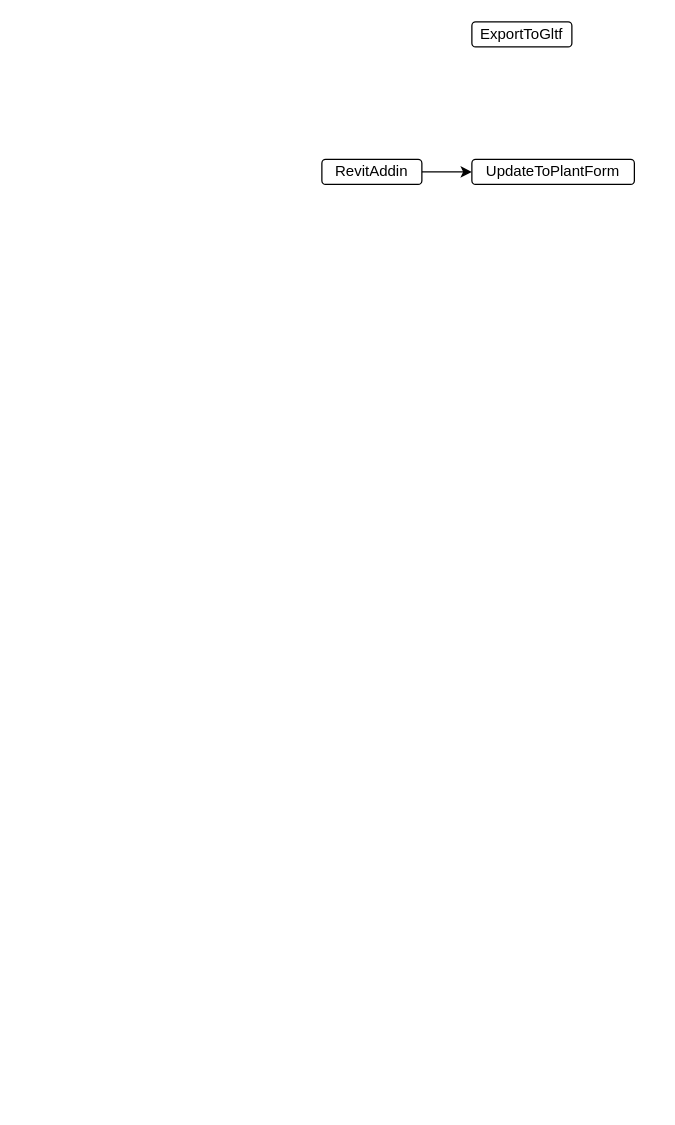
The draw.io diagram RevitAddin.drawio in gaochaowyq/MinderGraph, before the edit. Source tidied: cells renumbered, new cells numbered last; positions are measured from the earlier drawing's top-left corner, leaving out a move shared by most shapes. Both pictures are drawn from the tidied source at 125%, with x=0, y=0 at pixel (321, 21).
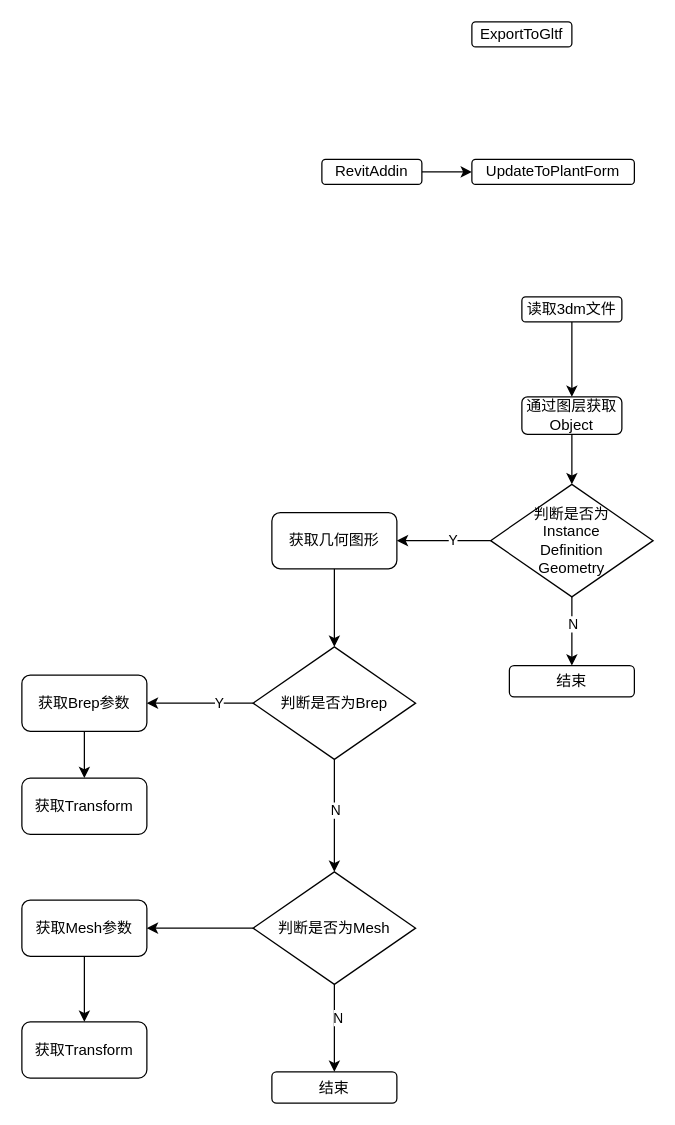
Above is the later version.

Diff of the diagram source:
```diff
@@
+    <mxCell id="6" style="edgeStyle=orthogonalEdgeStyle;rounded=0;jettySize=auto;html=1;" parent="1" edge="1" source="7" target="9">
+      <mxGeometry relative="1" as="geometry" />
+    </mxCell>
+    <mxCell id="7" value="读取3dm文件" style="rounded=1;whiteSpace=wrap;html=1;" parent="1" vertex="1">
+      <mxGeometry x="160" y="220" width="80" height="20" as="geometry" />
+    </mxCell>
+    <mxCell id="8" style="edgeStyle=orthogonalEdgeStyle;rounded=0;jettySize=auto;html=1;entryX=0.5;entryY=0;entryDx=0;entryDy=0;" parent="1" edge="1" source="9" target="14">
+      <mxGeometry relative="1" as="geometry" />
+    </mxCell>
+    <mxCell id="9" value="通过图层获取Object" style="rounded=1;whiteSpace=wrap;html=1;" parent="1" vertex="1">
+      <mxGeometry x="160" y="300" width="80" height="30" as="geometry" />
+    </mxCell>
+    <mxCell id="10" style="edgeStyle=orthogonalEdgeStyle;rounded=0;jettySize=auto;html=1;" parent="1" edge="1" source="14" target="16">
+      <mxGeometry relative="1" as="geometry" />
+    </mxCell>
+    <mxCell id="11" value="Y" style="edgeLabel;html=1;align=center;verticalAlign=middle;" parent="10" vertex="1">
+      <mxGeometry x="-0.17" y="-1" relative="1" as="geometry" />
+    </mxCell>
+    <mxCell id="12" style="edgeStyle=orthogonalEdgeStyle;rounded=0;jettySize=auto;html=1;entryX=0.5;entryY=0;entryDx=0;entryDy=0;" parent="1" edge="1" source="14" target="17">
+      <mxGeometry relative="1" as="geometry" />
+    </mxCell>
+    <mxCell id="13" value="N" style="edgeLabel;html=1;align=center;verticalAlign=middle;" parent="12" vertex="1">
+      <mxGeometry x="-0.22" relative="1" as="geometry" />
+    </mxCell>
+    <mxCell id="14" value="判断是否为&lt;br&gt;Instance&lt;br&gt;Definition&lt;br&gt;Geometry" style="rhombus;whiteSpace=wrap;html=1;" parent="1" vertex="1">
+      <mxGeometry x="135" y="370" width="130" height="90" as="geometry" />
+    </mxCell>
+    <mxCell id="15" style="edgeStyle=orthogonalEdgeStyle;rounded=0;jettySize=auto;html=1;" parent="1" edge="1" source="16" target="22">
+      <mxGeometry relative="1" as="geometry" />
+    </mxCell>
+    <mxCell id="16" value="获取几何图形" style="rounded=1;whiteSpace=wrap;html=1;" parent="1" vertex="1">
+      <mxGeometry x="-40" y="392.5" width="100" height="45" as="geometry" />
+    </mxCell>
+    <mxCell id="17" value="结束" style="rounded=1;whiteSpace=wrap;html=1;" parent="1" vertex="1">
+      <mxGeometry x="150" y="515" width="100" height="25" as="geometry" />
+    </mxCell>
+    <mxCell id="18" style="edgeStyle=orthogonalEdgeStyle;rounded=0;jettySize=auto;html=1;" parent="1" edge="1" source="22" target="24">
+      <mxGeometry relative="1" as="geometry" />
+    </mxCell>
+    <mxCell id="19" value="Y" style="edgeLabel;html=1;align=center;verticalAlign=middle;" parent="18" vertex="1">
+      <mxGeometry x="-0.34" y="-1" relative="1" as="geometry" />
+    </mxCell>
+    <mxCell id="20" style="edgeStyle=orthogonalEdgeStyle;rounded=0;jettySize=auto;html=1;" parent="1" edge="1" source="22" target="29">
+      <mxGeometry relative="1" as="geometry" />
+    </mxCell>
+    <mxCell id="21" value="N" style="edgeLabel;html=1;align=center;verticalAlign=middle;" parent="20" vertex="1">
+      <mxGeometry x="-0.7" y="-1" relative="1" as="geometry">
+        <mxPoint x="1" y="26" as="offset" />
+      </mxGeometry>
+    </mxCell>
+    <mxCell id="22" value="判断是否为Brep" style="rhombus;whiteSpace=wrap;html=1;" parent="1" vertex="1">
+      <mxGeometry x="-55" y="500" width="130" height="90" as="geometry" />
+    </mxCell>
+    <mxCell id="23" style="edgeStyle=orthogonalEdgeStyle;rounded=0;jettySize=auto;html=1;" parent="1" edge="1" source="24" target="25">
+      <mxGeometry relative="1" as="geometry" />
+    </mxCell>
+    <mxCell id="24" value="获取Brep参数" style="rounded=1;whiteSpace=wrap;html=1;" parent="1" vertex="1">
+      <mxGeometry x="-240" y="522.5" width="100" height="45" as="geometry" />
+    </mxCell>
+    <mxCell id="25" value="获取Transform" style="rounded=1;whiteSpace=wrap;html=1;" parent="1" vertex="1">
+      <mxGeometry x="-240" y="605" width="100" height="45" as="geometry" />
+    </mxCell>
+    <mxCell id="26" style="edgeStyle=orthogonalEdgeStyle;rounded=0;jettySize=auto;html=1;" parent="1" edge="1" source="29" target="31">
+      <mxGeometry relative="1" as="geometry" />
+    </mxCell>
+    <mxCell id="27" style="edgeStyle=orthogonalEdgeStyle;rounded=0;jettySize=auto;html=1;" parent="1" edge="1" source="29" target="32">
+      <mxGeometry relative="1" as="geometry" />
+    </mxCell>
+    <mxCell id="28" value="N" style="edgeLabel;html=1;align=center;verticalAlign=middle;" parent="27" vertex="1">
+      <mxGeometry x="-0.26" y="2" relative="1" as="geometry" />
+    </mxCell>
+    <mxCell id="29" value="判断是否为Mesh" style="rhombus;whiteSpace=wrap;html=1;" parent="1" vertex="1">
+      <mxGeometry x="-55" y="680" width="130" height="90" as="geometry" />
+    </mxCell>
+    <mxCell id="30" style="edgeStyle=orthogonalEdgeStyle;rounded=0;jettySize=auto;html=1;" parent="1" edge="1" source="31" target="33">
+      <mxGeometry relative="1" as="geometry" />
+    </mxCell>
+    <mxCell id="31" value="获取Mesh参数" style="rounded=1;whiteSpace=wrap;html=1;" parent="1" vertex="1">
+      <mxGeometry x="-240" y="702.5" width="100" height="45" as="geometry" />
+    </mxCell>
+    <mxCell id="32" value="结束" style="rounded=1;whiteSpace=wrap;html=1;" parent="1" vertex="1">
+      <mxGeometry x="-40" y="840" width="100" height="25" as="geometry" />
+    </mxCell>
+    <mxCell id="33" value="获取Transform" style="rounded=1;whiteSpace=wrap;html=1;" parent="1" vertex="1">
+      <mxGeometry x="-240" y="800" width="100" height="45" as="geometry" />
+    </mxCell>
```
